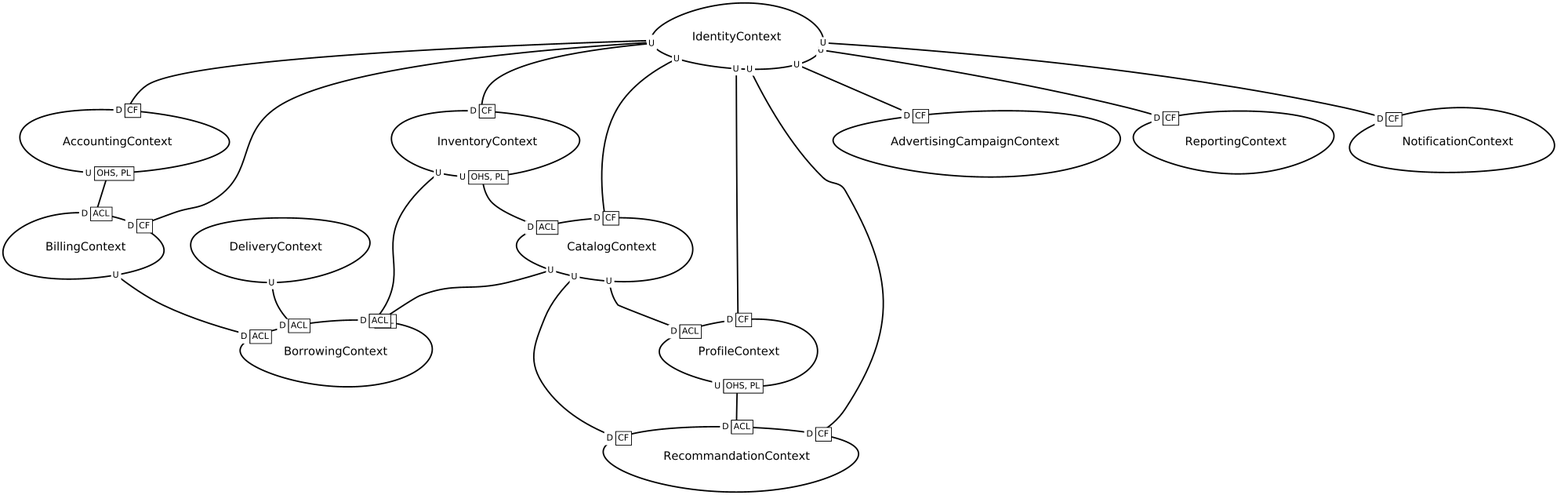
Above: src-gen/movies-albrains_ContextMap.png in movies-albrains/.github (Graphviz), before the change. Its source is kept beside it as src-gen/movies-albrains_ContextMap.gv.
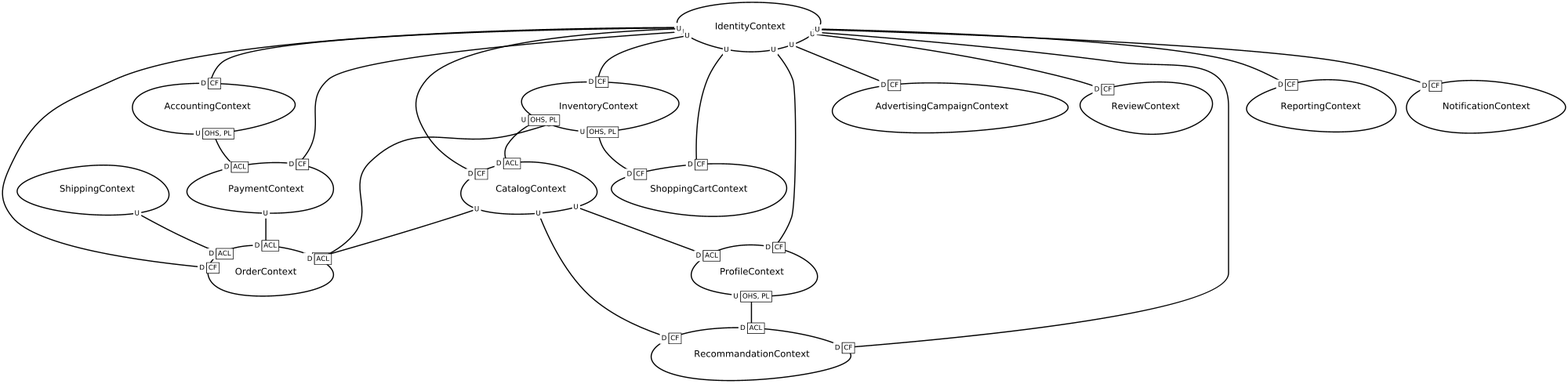
The same diagram one commit later.

Commit message:
update context map

Diff of the diagram source:
```diff
@@ -1,23 +1,35 @@
 digraph "ContextMapGraph" {
 graph ["imagepath"="/tmp/GraphvizJava"]
-"AccountingContext" ["margin"="0.3","orientation"="128","shape"="egg","fontsize"="16","style"="bold","label"="AccountingContext\n","fontname"="sans-serif"]
-"BillingContext" ["margin"="0.3","orientation"="109","shape"="egg","fontsize"="16","style"="bold","label"="BillingContext\n","fontname"="sans-serif"]
-"BorrowingContext" ["margin"="0.3","orientation"="147","shape"="egg","fontsize"="16","style"="bold","label"="BorrowingContext\n","fontname"="sans-serif"]
-"AdvertisingCampaignContext" ["margin"="0.3","orientation"="47","shape"="egg","fontsize"="16","style"="bold","label"="AdvertisingCampaignContext\n","fontname"="sans-serif"]
-"CatalogContext" ["margin"="0.3","orientation"="66","shape"="egg","fontsize"="16","style"="bold","label"="CatalogContext\n","fontname"="sans-serif"]
-"RecommandationContext" ["margin"="0.3","orientation"="23","shape"="egg","fontsize"="16","style"="bold","label"="RecommandationContext\n","fontname"="sans-serif"]
-"ProfileContext" ["margin"="0.3","orientation"="141","shape"="egg","fontsize"="16","style"="bold","label"="ProfileContext\n","fontname"="sans-serif"]
-"DeliveryContext" ["margin"="0.3","orientation"="312","shape"="egg","fontsize"="16","style"="bold","label"="DeliveryContext\n","fontname"="sans-serif"]
-"IdentityContext" ["margin"="0.3","orientation"="327","shape"="egg","fontsize"="16","style"="bold","label"="IdentityContext\n","fontname"="sans-serif"]
-"ReportingContext" ["margin"="0.3","orientation"="342","shape"="egg","fontsize"="16","style"="bold","label"="ReportingContext\n","fontname"="sans-serif"]
-"InventoryContext" ["margin"="0.3","orientation"="64","shape"="egg","fontsize"="16","style"="bold","label"="InventoryContext\n","fontname"="sans-serif"]
-"NotificationContext" ["margin"="0.3","orientation"="70","shape"="egg","fontsize"="16","style"="bold","label"="NotificationContext\n","fontname"="sans-serif"]
-"AccountingContext" -> "BillingContext" ["headlabel"=<<table cellspacing="0" cellborder="1" border="0">
+"AccountingContext" ["margin"="0.3","orientation"="280","shape"="egg","fontsize"="16","style"="bold","label"="AccountingContext\n","fontname"="sans-serif"]
+"PaymentContext" ["margin"="0.3","orientation"="130","shape"="egg","fontsize"="16","style"="bold","label"="PaymentContext\n","fontname"="sans-serif"]
+"OrderContext" ["margin"="0.3","orientation"="209","shape"="egg","fontsize"="16","style"="bold","label"="OrderContext\n","fontname"="sans-serif"]
+"AdvertisingCampaignContext" ["margin"="0.3","orientation"="314","shape"="egg","fontsize"="16","style"="bold","label"="AdvertisingCampaignContext\n","fontname"="sans-serif"]
+"CatalogContext" ["margin"="0.3","orientation"="224","shape"="egg","fontsize"="16","style"="bold","label"="CatalogContext\n","fontname"="sans-serif"]
+"ProfileContext" ["margin"="0.3","orientation"="229","shape"="egg","fontsize"="16","style"="bold","label"="ProfileContext\n","fontname"="sans-serif"]
+"RecommandationContext" ["margin"="0.3","orientation"="250","shape"="egg","fontsize"="16","style"="bold","label"="RecommandationContext\n","fontname"="sans-serif"]
+"IdentityContext" ["margin"="0.3","orientation"="22","shape"="egg","fontsize"="16","style"="bold","label"="IdentityContext\n","fontname"="sans-serif"]
+"ReviewContext" ["margin"="0.3","orientation"="138","shape"="egg","fontsize"="16","style"="bold","label"="ReviewContext\n","fontname"="sans-serif"]
+"ShoppingCartContext" ["margin"="0.3","orientation"="248","shape"="egg","fontsize"="16","style"="bold","label"="ShoppingCartContext\n","fontname"="sans-serif"]
+"ReportingContext" ["margin"="0.3","orientation"="294","shape"="egg","fontsize"="16","style"="bold","label"="ReportingContext\n","fontname"="sans-serif"]
+"InventoryContext" ["margin"="0.3","orientation"="262","shape"="egg","fontsize"="16","style"="bold","label"="InventoryContext\n","fontname"="sans-serif"]
+"NotificationContext" ["margin"="0.3","orientation"="203","shape"="egg","fontsize"="16","style"="bold","label"="NotificationContext\n","fontname"="sans-serif"]
+"ShippingContext" ["margin"="0.3","orientation"="277","shape"="egg","fontsize"="16","style"="bold","label"="ShippingContext\n","fontname"="sans-serif"]
+"AccountingContext" -> "PaymentContext" ["headlabel"=<<table cellspacing="0" cellborder="1" border="0">
 <tr><td bgcolor="white" sides="r">D</td><td sides="trbl" bgcolor="white"><font>ACL</font></td></tr>
 </table>>,"labeldistance"="0","fontsize"="12","taillabel"=<<table cellspacing="0" cellborder="1" border="0">
 <tr><td bgcolor="white" sides="r">U</td><td sides="trbl" bgcolor="white"><font>OHS, PL</font></td></tr>
 </table>>,"style"="bold","label"="                                        ","dir"="none","fontname"="sans-serif"]
-"BillingContext" -> "BorrowingContext" ["headlabel"=<<table cellspacing="0" cellborder="1" border="0">
+"PaymentContext" -> "OrderContext" ["headlabel"=<<table cellspacing="0" cellborder="1" border="0">
+<tr><td bgcolor="white" sides="r">D</td><td sides="trbl" bgcolor="white"><font>ACL</font></td></tr>
+</table>>,"labeldistance"="0","fontsize"="12","taillabel"=<<table cellspacing="0" cellborder="0" border="0">
+<tr><td bgcolor="white">U</td></tr>
+</table>>,"style"="bold","label"="                                        ","dir"="none","fontname"="sans-serif"]
+"CatalogContext" -> "ProfileContext" ["headlabel"=<<table cellspacing="0" cellborder="1" border="0">
+<tr><td bgcolor="white" sides="r">D</td><td sides="trbl" bgcolor="white"><font>ACL</font></td></tr>
+</table>>,"labeldistance"="0","fontsize"="12","taillabel"=<<table cellspacing="0" cellborder="0" border="0">
+<tr><td bgcolor="white">U</td></tr>
+</table>>,"style"="bold","label"="                                        ","dir"="none","fontname"="sans-serif"]
+"CatalogContext" -> "OrderContext" ["headlabel"=<<table cellspacing="0" cellborder="1" border="0">
 <tr><td bgcolor="white" sides="r">D</td><td sides="trbl" bgcolor="white"><font>ACL</font></td></tr>
 </table>>,"labeldistance"="0","fontsize"="12","taillabel"=<<table cellspacing="0" cellborder="0" border="0">
 <tr><td bgcolor="white">U</td></tr>
@@ -27,27 +39,27 @@
 </table>>,"labeldistance"="0","fontsize"="12","taillabel"=<<table cellspacing="0" cellborder="0" border="0">
 <tr><td bgcolor="white">U</td></tr>
 </table>>,"style"="bold","label"="                                        ","dir"="none","fontname"="sans-serif"]
-"CatalogContext" -> "BorrowingContext" ["headlabel"=<<table cellspacing="0" cellborder="1" border="0">
-<tr><td bgcolor="white" sides="r">D</td><td sides="trbl" bgcolor="white"><font>ACL</font></td></tr>
-</table>>,"labeldistance"="0","fontsize"="12","taillabel"=<<table cellspacing="0" cellborder="0" border="0">
-<tr><td bgcolor="white">U</td></tr>
-</table>>,"style"="bold","label"="                                        ","dir"="none","fontname"="sans-serif"]
-"CatalogContext" -> "ProfileContext" ["headlabel"=<<table cellspacing="0" cellborder="1" border="0">
-<tr><td bgcolor="white" sides="r">D</td><td sides="trbl" bgcolor="white"><font>ACL</font></td></tr>
-</table>>,"labeldistance"="0","fontsize"="12","taillabel"=<<table cellspacing="0" cellborder="0" border="0">
-<tr><td bgcolor="white">U</td></tr>
-</table>>,"style"="bold","label"="                                        ","dir"="none","fontname"="sans-serif"]
 "ProfileContext" -> "RecommandationContext" ["headlabel"=<<table cellspacing="0" cellborder="1" border="0">
 <tr><td bgcolor="white" sides="r">D</td><td sides="trbl" bgcolor="white"><font>ACL</font></td></tr>
 </table>>,"labeldistance"="0","fontsize"="12","taillabel"=<<table cellspacing="0" cellborder="1" border="0">
 <tr><td bgcolor="white" sides="r">U</td><td sides="trbl" bgcolor="white"><font>OHS, PL</font></td></tr>
 </table>>,"style"="bold","label"="                                        ","dir"="none","fontname"="sans-serif"]
-"DeliveryContext" -> "BorrowingContext" ["headlabel"=<<table cellspacing="0" cellborder="1" border="0">
-<tr><td bgcolor="white" sides="r">D</td><td sides="trbl" bgcolor="white"><font>ACL</font></td></tr>
+"IdentityContext" -> "RecommandationContext" ["headlabel"=<<table cellspacing="0" cellborder="1" border="0">
+<tr><td bgcolor="white" sides="r">D</td><td sides="trbl" bgcolor="white"><font>CF</font></td></tr>
 </table>>,"labeldistance"="0","fontsize"="12","taillabel"=<<table cellspacing="0" cellborder="0" border="0">
 <tr><td bgcolor="white">U</td></tr>
 </table>>,"style"="bold","label"="                                        ","dir"="none","fontname"="sans-serif"]
-"IdentityContext" -> "ProfileContext" ["headlabel"=<<table cellspacing="0" cellborder="1" border="0">
+"IdentityContext" -> "ReviewContext" ["headlabel"=<<table cellspacing="0" cellborder="1" border="0">
+<tr><td bgcolor="white" sides="r">D</td><td sides="trbl" bgcolor="white"><font>CF</font></td></tr>
+</table>>,"labeldistance"="0","fontsize"="12","taillabel"=<<table cellspacing="0" cellborder="0" border="0">
+<tr><td bgcolor="white">U</td></tr>
+</table>>,"style"="bold","label"="                                        ","dir"="none","fontname"="sans-serif"]
+"IdentityContext" -> "ShoppingCartContext" ["headlabel"=<<table cellspacing="0" cellborder="1" border="0">
+<tr><td bgcolor="white" sides="r">D</td><td sides="trbl" bgcolor="white"><font>CF</font></td></tr>
+</table>>,"labeldistance"="0","fontsize"="12","taillabel"=<<table cellspacing="0" cellborder="0" border="0">
+<tr><td bgcolor="white">U</td></tr>
+</table>>,"style"="bold","label"="                                        ","dir"="none","fontname"="sans-serif"]
+"IdentityContext" -> "AdvertisingCampaignContext" ["headlabel"=<<table cellspacing="0" cellborder="1" border="0">
 <tr><td bgcolor="white" sides="r">D</td><td sides="trbl" bgcolor="white"><font>CF</font></td></tr>
 </table>>,"labeldistance"="0","fontsize"="12","taillabel"=<<table cellspacing="0" cellborder="0" border="0">
 <tr><td bgcolor="white">U</td></tr>
@@ -57,17 +69,12 @@
 </table>>,"labeldistance"="0","fontsize"="12","taillabel"=<<table cellspacing="0" cellborder="0" border="0">
 <tr><td bgcolor="white">U</td></tr>
 </table>>,"style"="bold","label"="                                        ","dir"="none","fontname"="sans-serif"]
-"IdentityContext" -> "AccountingContext" ["headlabel"=<<table cellspacing="0" cellborder="1" border="0">
+"IdentityContext" -> "ProfileContext" ["headlabel"=<<table cellspacing="0" cellborder="1" border="0">
 <tr><td bgcolor="white" sides="r">D</td><td sides="trbl" bgcolor="white"><font>CF</font></td></tr>
 </table>>,"labeldistance"="0","fontsize"="12","taillabel"=<<table cellspacing="0" cellborder="0" border="0">
 <tr><td bgcolor="white">U</td></tr>
 </table>>,"style"="bold","label"="                                        ","dir"="none","fontname"="sans-serif"]
-"IdentityContext" -> "BillingContext" ["headlabel"=<<table cellspacing="0" cellborder="1" border="0">
-<tr><td bgcolor="white" sides="r">D</td><td sides="trbl" bgcolor="white"><font>CF</font></td></tr>
-</table>>,"labeldistance"="0","fontsize"="12","taillabel"=<<table cellspacing="0" cellborder="0" border="0">
-<tr><td bgcolor="white">U</td></tr>
-</table>>,"style"="bold","label"="                                        ","dir"="none","fontname"="sans-serif"]
-"IdentityContext" -> "AdvertisingCampaignContext" ["headlabel"=<<table cellspacing="0" cellborder="1" border="0">
+"IdentityContext" -> "PaymentContext" ["headlabel"=<<table cellspacing="0" cellborder="1" border="0">
 <tr><td bgcolor="white" sides="r">D</td><td sides="trbl" bgcolor="white"><font>CF</font></td></tr>
 </table>>,"labeldistance"="0","fontsize"="12","taillabel"=<<table cellspacing="0" cellborder="0" border="0">
 <tr><td bgcolor="white">U</td></tr>
@@ -77,12 +84,12 @@
 </table>>,"labeldistance"="0","fontsize"="12","taillabel"=<<table cellspacing="0" cellborder="0" border="0">
 <tr><td bgcolor="white">U</td></tr>
 </table>>,"style"="bold","label"="                                        ","dir"="none","fontname"="sans-serif"]
-"IdentityContext" -> "CatalogContext" ["headlabel"=<<table cellspacing="0" cellborder="1" border="0">
+"IdentityContext" -> "AccountingContext" ["headlabel"=<<table cellspacing="0" cellborder="1" border="0">
 <tr><td bgcolor="white" sides="r">D</td><td sides="trbl" bgcolor="white"><font>CF</font></td></tr>
 </table>>,"labeldistance"="0","fontsize"="12","taillabel"=<<table cellspacing="0" cellborder="0" border="0">
 <tr><td bgcolor="white">U</td></tr>
 </table>>,"style"="bold","label"="                                        ","dir"="none","fontname"="sans-serif"]
-"IdentityContext" -> "RecommandationContext" ["headlabel"=<<table cellspacing="0" cellborder="1" border="0">
+"IdentityContext" -> "OrderContext" ["headlabel"=<<table cellspacing="0" cellborder="1" border="0">
 <tr><td bgcolor="white" sides="r">D</td><td sides="trbl" bgcolor="white"><font>CF</font></td></tr>
 </table>>,"labeldistance"="0","fontsize"="12","taillabel"=<<table cellspacing="0" cellborder="0" border="0">
 <tr><td bgcolor="white">U</td></tr>
@@ -92,12 +99,27 @@
 </table>>,"labeldistance"="0","fontsize"="12","taillabel"=<<table cellspacing="0" cellborder="0" border="0">
 <tr><td bgcolor="white">U</td></tr>
 </table>>,"style"="bold","label"="                                        ","dir"="none","fontname"="sans-serif"]
+"IdentityContext" -> "CatalogContext" ["headlabel"=<<table cellspacing="0" cellborder="1" border="0">
+<tr><td bgcolor="white" sides="r">D</td><td sides="trbl" bgcolor="white"><font>CF</font></td></tr>
+</table>>,"labeldistance"="0","fontsize"="12","taillabel"=<<table cellspacing="0" cellborder="0" border="0">
+<tr><td bgcolor="white">U</td></tr>
+</table>>,"style"="bold","label"="                                        ","dir"="none","fontname"="sans-serif"]
 "InventoryContext" -> "CatalogContext" ["headlabel"=<<table cellspacing="0" cellborder="1" border="0">
 <tr><td bgcolor="white" sides="r">D</td><td sides="trbl" bgcolor="white"><font>ACL</font></td></tr>
 </table>>,"labeldistance"="0","fontsize"="12","taillabel"=<<table cellspacing="0" cellborder="1" border="0">
 <tr><td bgcolor="white" sides="r">U</td><td sides="trbl" bgcolor="white"><font>OHS, PL</font></td></tr>
 </table>>,"style"="bold","label"="                                        ","dir"="none","fontname"="sans-serif"]
-"InventoryContext" -> "BorrowingContext" ["headlabel"=<<table cellspacing="0" cellborder="1" border="0">
+"InventoryContext" -> "ShoppingCartContext" ["headlabel"=<<table cellspacing="0" cellborder="1" border="0">
+<tr><td bgcolor="white" sides="r">D</td><td sides="trbl" bgcolor="white"><font>CF</font></td></tr>
+</table>>,"labeldistance"="0","fontsize"="12","taillabel"=<<table cellspacing="0" cellborder="1" border="0">
+<tr><td bgcolor="white" sides="r">U</td><td sides="trbl" bgcolor="white"><font>OHS, PL</font></td></tr>
+</table>>,"style"="bold","label"="                                        ","dir"="none","fontname"="sans-serif"]
+"InventoryContext" -> "OrderContext" ["headlabel"=<<table cellspacing="0" cellborder="1" border="0">
+<tr><td bgcolor="white" sides="r">D</td><td sides="trbl" bgcolor="white"><font>ACL</font></td></tr>
+</table>>,"labeldistance"="0","fontsize"="12","taillabel"=<<table cellspacing="0" cellborder="0" border="0">
+<tr><td bgcolor="white">U</td></tr>
+</table>>,"style"="bold","label"="                                        ","dir"="none","fontname"="sans-serif"]
+"ShippingContext" -> "OrderContext" ["headlabel"=<<table cellspacing="0" cellborder="1" border="0">
 <tr><td bgcolor="white" sides="r">D</td><td sides="trbl" bgcolor="white"><font>ACL</font></td></tr>
 </table>>,"labeldistance"="0","fontsize"="12","taillabel"=<<table cellspacing="0" cellborder="0" border="0">
 <tr><td bgcolor="white">U</td></tr>
```
